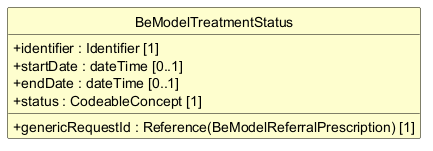
The PlantUML diagram exports/diagrams/BeModelTreatmentStatus-uml.png in caresets/caresets-src, before a commit. Source of this version:
```plantuml
@startuml
skinparam shadowing false
skinparam classAttributeIconSize 0
skinparam linetype ortho
skinparam class {
  BackgroundColor #FEFECE
  BorderColor #000000
  ArrowColor #000000
  FontStyle bold
  AttributeFontStyle normal
}
hide circle
hide empty members

class "BeModelTreatmentStatus" as BeModelTreatmentStatus {
  +identifier : Identifier [1]
  +startDate : dateTime [0..1]
  +endDate : dateTime [0..1]
  +status : CodeableConcept [1]
  +genericRequestId : Reference(BeModelReferralPrescription) [1]
}

@enduml
```
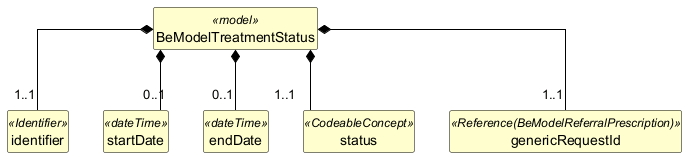
After the change.

Change to the diagram source:
```diff
@@ -12,12 +12,27 @@
 hide circle
 hide empty members
 
-class "BeModelTreatmentStatus" as BeModelTreatmentStatus {
-  +identifier : Identifier [1]
-  +startDate : dateTime [0..1]
-  +endDate : dateTime [0..1]
-  +status : CodeableConcept [1]
-  +genericRequestId : Reference(BeModelReferralPrescription) [1]
+class "BeModelTreatmentStatus" as BeModelTreatmentStatus <<model>> {
 }
 
+class "identifier" as BeModelTreatmentStatus_identifier <<Identifier>> {
+}
+
+class "startDate" as BeModelTreatmentStatus_startDate <<dateTime>> {
+}
+
+class "endDate" as BeModelTreatmentStatus_endDate <<dateTime>> {
+}
+
+class "status" as BeModelTreatmentStatus_status <<CodeableConcept>> {
+}
+
+class "genericRequestId" as BeModelTreatmentStatus_genericRequestId <<Reference(BeModelReferralPrescription)>> {
+}
+
+BeModelTreatmentStatus *-- "1..1" BeModelTreatmentStatus_identifier
+BeModelTreatmentStatus *-- "0..1" BeModelTreatmentStatus_startDate
+BeModelTreatmentStatus *-- "0..1" BeModelTreatmentStatus_endDate
+BeModelTreatmentStatus *-- "1..1" BeModelTreatmentStatus_status
+BeModelTreatmentStatus *-- "1..1" BeModelTreatmentStatus_genericRequestId
 @enduml
```
